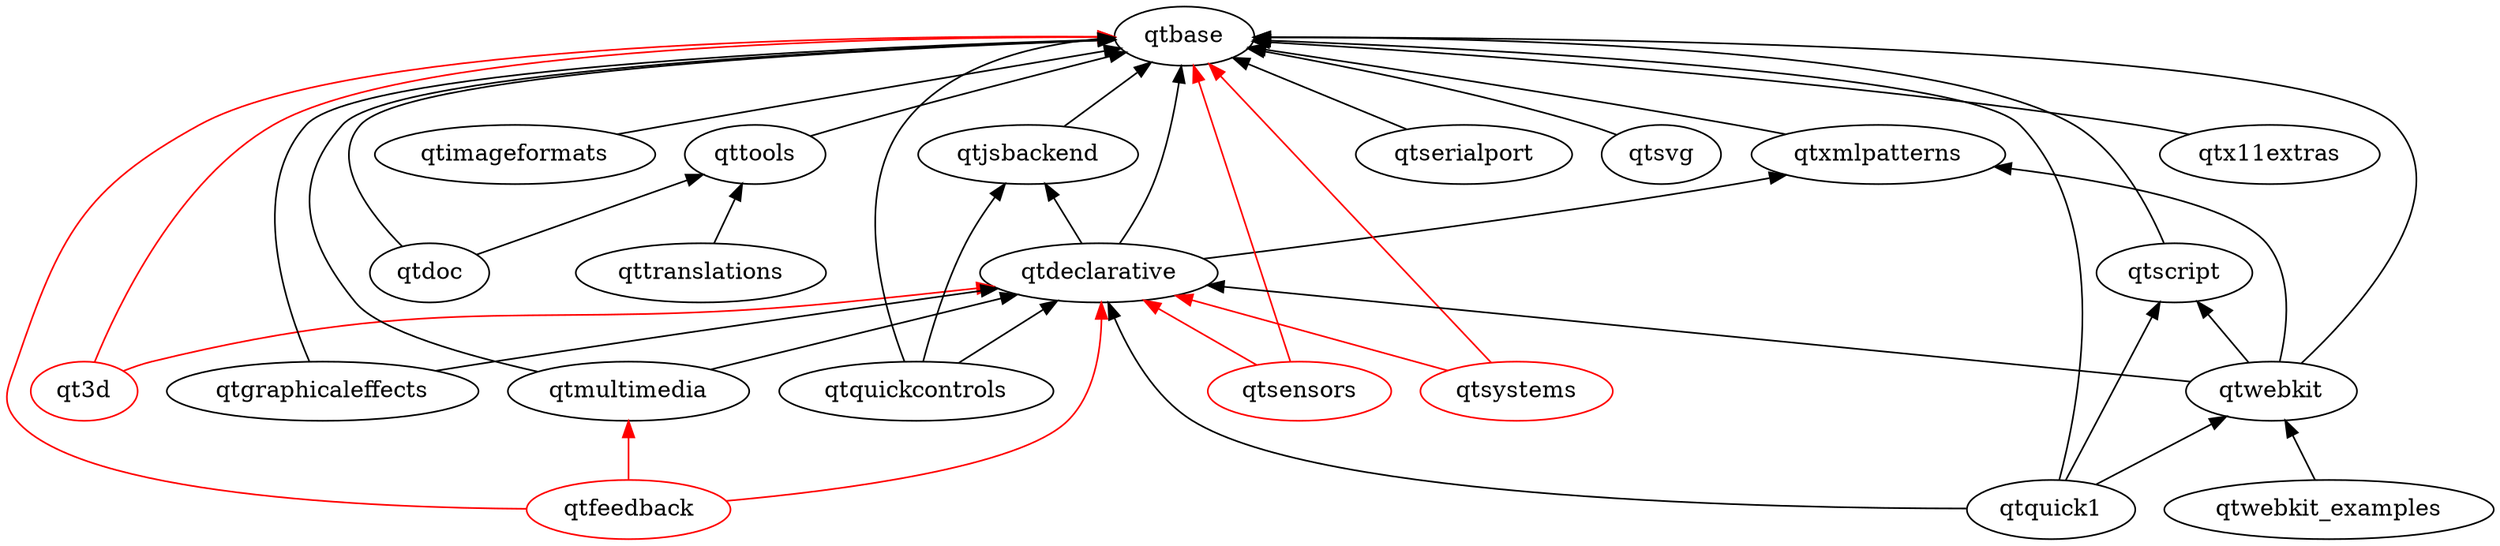
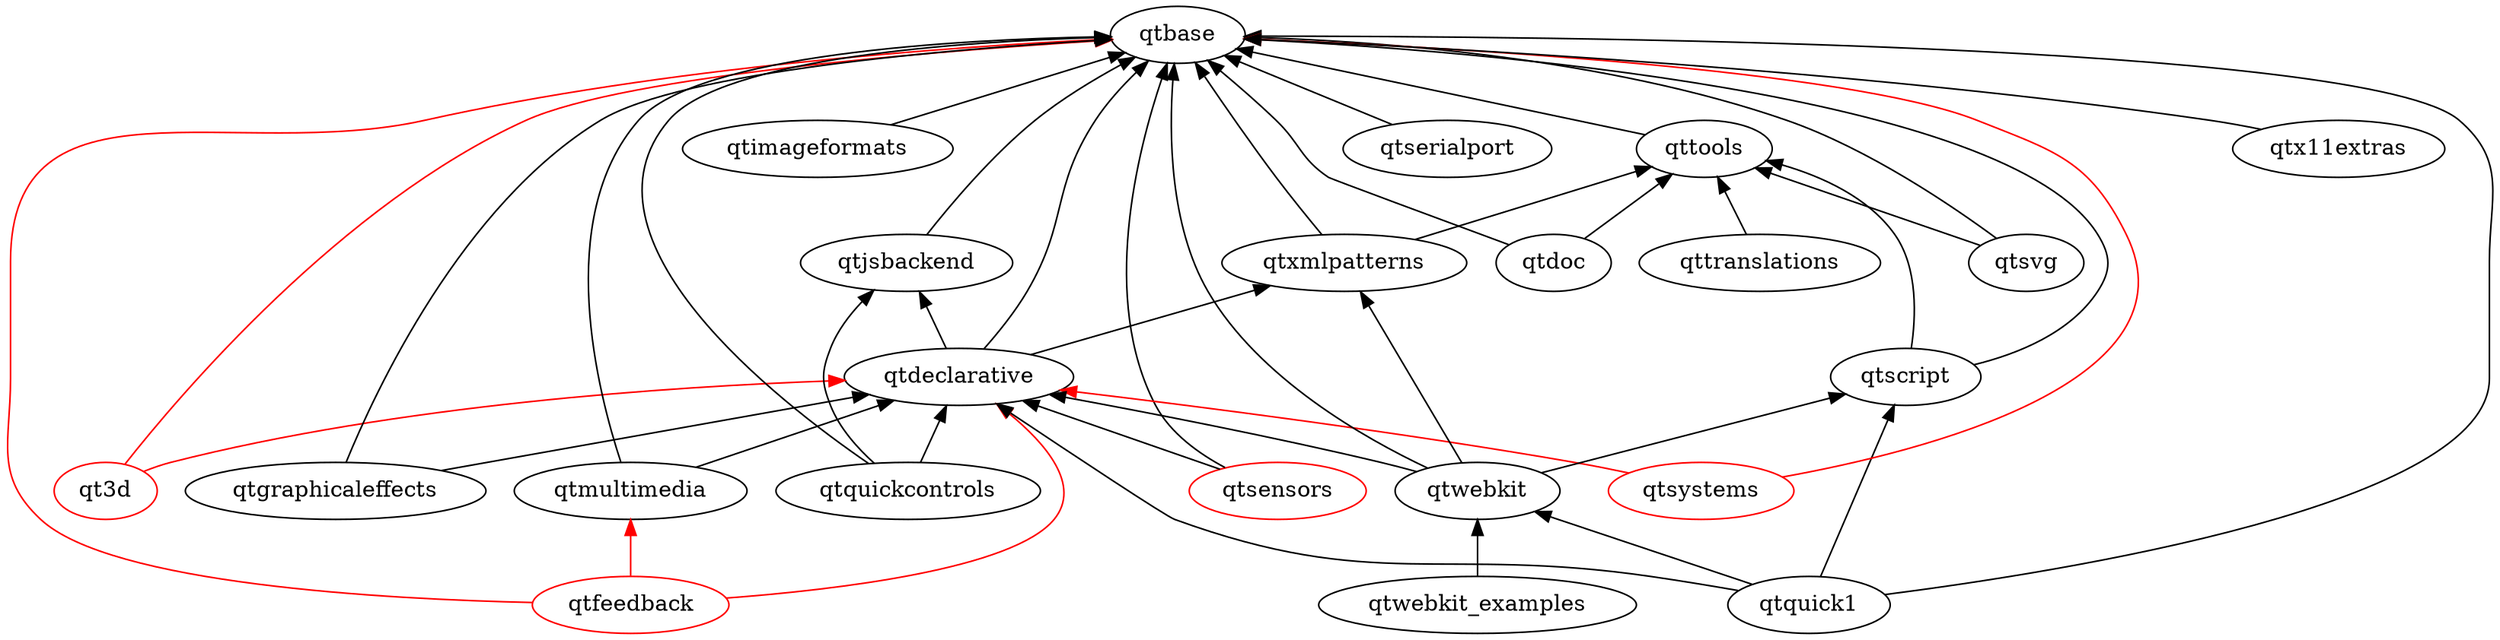
digraph qt5 {
  graph [
    rankdir = "BT"
  ]

  qt3d [ color = red ]
  qtbase
  qtdeclarative
  qtdoc
  qtfeedback [ color = red ]
  qtgraphicaleffects
  qtimageformats
  qtjsbackend
  qtmultimedia
  qtquick1
  qtquickcontrols
  qtscript
  qtsensors [ color = red ]
  qtserialport
  qtsvg
  qtsystems [ color = red ]
  qttools
  qttranslations
  qtwebkit
  qtwebkit_examples
  qtx11extras
  qtxmlpatterns

  qtdeclarative -> qtbase
  qtdeclarative -> qtjsbackend
  qtdeclarative -> qtxmlpatterns
  qtdoc -> qtbase
  qtdoc -> qttools
  qtgraphicaleffects -> qtbase
  qtgraphicaleffects -> qtdeclarative
  qtimageformats -> qtbase
  qtjsbackend -> qtbase
  qtmultimedia -> qtbase
  qtmultimedia -> qtdeclarative
  qtquick1 -> qtbase
  qtquick1 -> qtdeclarative
  qtquick1 -> qtscript
  qtquick1 -> qtwebkit
  qtquickcontrols -> qtbase
  qtquickcontrols -> qtdeclarative
  qtquickcontrols -> qtjsbackend
+   qtsensors -> qtbase
+   qtsensors -> qtdeclarative
  qtserialport -> qtbase
  qtscript -> qtbase
+   qtscript -> qttools
  qtsvg -> qtbase
+   qtsvg -> qttools
  qttools -> qtbase
  qttranslations -> qttools
  qtwebkit -> qtbase
  qtwebkit -> qtdeclarative
  qtwebkit -> qtscript
  qtwebkit -> qtxmlpatterns
  qtwebkit_examples -> qtwebkit
  qtx11extras -> qtbase
  qtxmlpatterns -> qtbase
+   qtxmlpatterns -> qttools

  // unsure/not-uploaded
  qt3d -> qtbase [ color = red ]
  qt3d -> qtdeclarative [ color = red ]
  qtfeedback -> qtbase [ color = red ]
  qtfeedback -> qtdeclarative [ color = red ]
  qtfeedback -> qtmultimedia [ color = red ]
-   qtsensors -> qtbase [ color = red ]
-   qtsensors -> qtdeclarative [ color = red ]
  qtsystems -> qtbase [ color = red ]
  qtsystems -> qtdeclarative [ color = red ]
}
